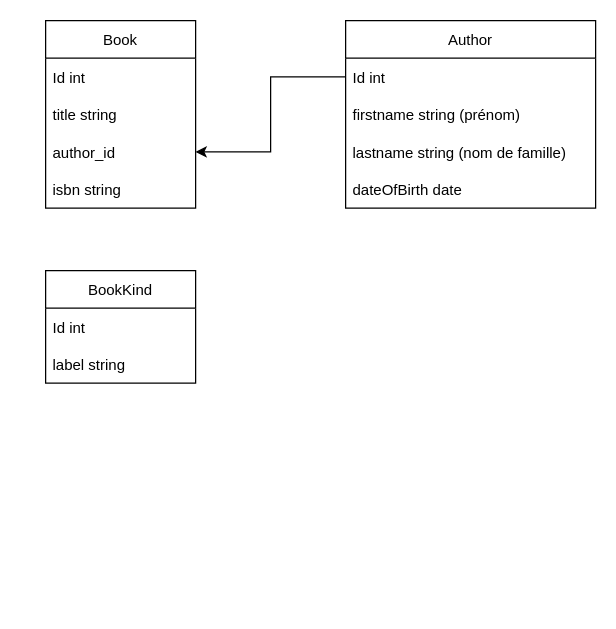
ArnRso/formation_campus_lac keeps this draw.io diagram as UML.drawio. Above is the earlier version. Source tidied: cells renumbered, new cells numbered last; positions are measured from the earlier drawing's top-left corner, leaving out a move shared by most shapes. Both pictures are drawn from the tidied source at 125%, with x=0, y=0 at pixel (45, 20).
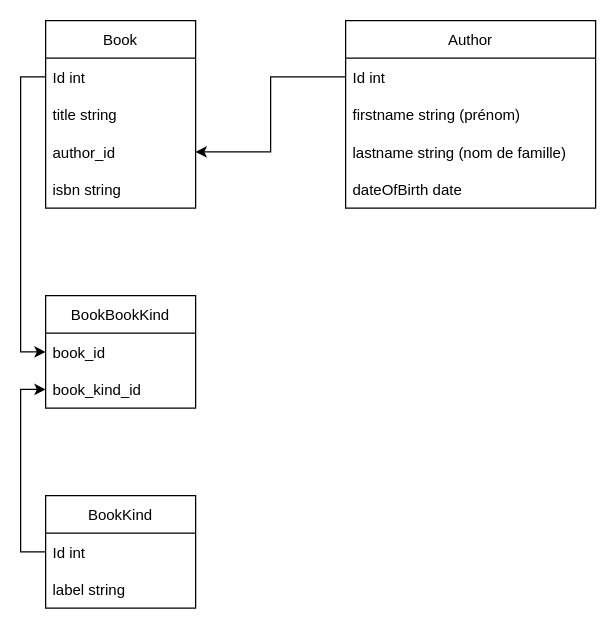
Above is the later version.

The change refers to these unchanged cells:
```xml
<mxCell id="3" value="Id int" style="text;strokeColor=none;fillColor=none;align=left;verticalAlign=middle;spacingLeft=4;spacingRight=4;overflow=hidden;points=[[0,0.5],[1,0.5]];portConstraint=eastwest;" parent="2" vertex="1">
  <mxGeometry y="30" width="120" height="30" as="geometry" />
</mxCell>
<mxCell id="14" value="Id int" style="text;strokeColor=none;fillColor=none;align=left;verticalAlign=middle;spacingLeft=4;spacingRight=4;overflow=hidden;points=[[0,0.5],[1,0.5]];portConstraint=eastwest;" parent="13" vertex="1">
  <mxGeometry y="30" width="120" height="30" as="geometry" />
</mxCell>
```

Diff of the diagram source:
```diff
@@
     <mxCell id="13" value="BookKind" style="swimlane;fontStyle=0;horizontal=1;startSize=30;" parent="1" vertex="1">
-      <mxGeometry y="200" width="120" height="90" as="geometry" />
+      <mxGeometry y="380" width="120" height="90" as="geometry" />
     </mxCell>
@@
+    <mxCell id="16" value="BookBookKind" style="swimlane;fontStyle=0;horizontal=1;startSize=30;" parent="1" vertex="1">
+      <mxGeometry y="220" width="120" height="90" as="geometry" />
+    </mxCell>
+    <mxCell id="17" value="book_id" style="text;strokeColor=none;fillColor=none;align=left;verticalAlign=middle;spacingLeft=4;spacingRight=4;overflow=hidden;points=[[0,0.5],[1,0.5]];portConstraint=eastwest;" parent="16" vertex="1">
+      <mxGeometry y="30" width="120" height="30" as="geometry" />
+    </mxCell>
+    <mxCell id="18" value="book_kind_id" style="text;strokeColor=none;fillColor=none;align=left;verticalAlign=middle;spacingLeft=4;spacingRight=4;overflow=hidden;points=[[0,0.5],[1,0.5]];portConstraint=eastwest;" parent="16" vertex="1">
+      <mxGeometry y="60" width="120" height="30" as="geometry" />
+    </mxCell>
+    <mxCell id="19" style="edgeStyle=orthogonalEdgeStyle;rounded=0;jettySize=auto;html=1;entryX=0;entryY=0.5;entryDx=0;entryDy=0;" parent="1" edge="1" source="14" target="18">
+      <mxGeometry relative="1" as="geometry" />
+    </mxCell>
+    <mxCell id="20" style="edgeStyle=orthogonalEdgeStyle;rounded=0;jettySize=auto;html=1;entryX=0;entryY=0.5;entryDx=0;entryDy=0;" parent="1" edge="1" source="3" target="17">
+      <mxGeometry relative="1" as="geometry" />
+    </mxCell>
```
